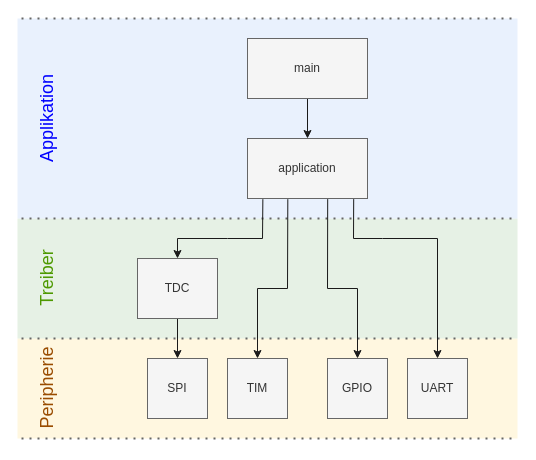
The draw.io diagram docs/documentation/diagrams/Aufbau_FW.drawio in MatiMcFly/DIY_ToF, before the edit. Source tidied: cells renumbered, new cells numbered last; positions are measured from the earlier drawing's top-left corner, leaving out a move shared by most shapes. Both pictures are drawn from the tidied source at 100%, with x=0, y=0 at pixel (-8, 18).
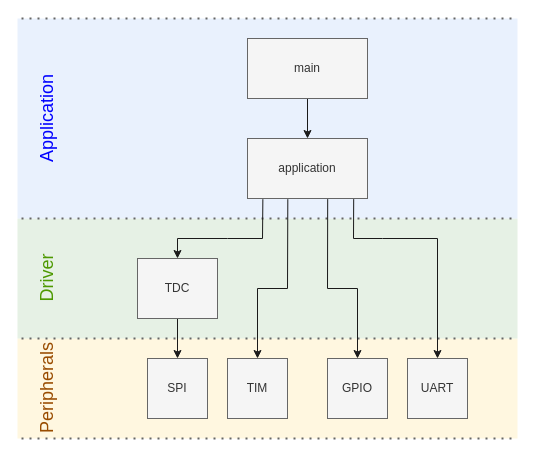
After the change.

Commit message (it also covers changes not shown here):
[docs] translated some diagrams to English

What changed in the source:
```diff
@@
-    <mxCell id="16" value="&lt;font style=&quot;color: rgb(0, 0, 255); font-size: 18px;&quot;&gt;Applikation&lt;/font&gt;" style="text;html=1;align=center;verticalAlign=middle;whiteSpace=wrap;rounded=0;rotation=-90;" parent="1" vertex="1">
+    <mxCell id="16" value="&lt;font style=&quot;color: rgb(0, 0, 255); font-size: 18px;&quot;&gt;Application&lt;/font&gt;" style="text;html=1;align=center;verticalAlign=middle;whiteSpace=wrap;rounded=0;rotation=-90;" parent="1" vertex="1">
       <mxGeometry x="25" y="85" width="60" height="30" as="geometry" />
     </mxCell>
-    <mxCell id="17" value="&lt;font style=&quot;color: rgb(77, 153, 0); font-size: 18px;&quot;&gt;Treiber&lt;/font&gt;" style="text;html=1;align=center;verticalAlign=middle;strokeColor=none;fillColor=none;rotation=-90;" parent="1" vertex="1">
-      <mxGeometry x="15" y="240" width="80" height="40" as="geometry" />
+    <mxCell id="17" value="&lt;font style=&quot;color: rgb(77, 153, 0); font-size: 18px;&quot;&gt;Driver&lt;/font&gt;" style="text;html=1;align=center;verticalAlign=middle;strokeColor=none;fillColor=none;rotation=-90;" parent="1" vertex="1">
+      <mxGeometry x="20" y="240" width="70" height="40" as="geometry" />
     </mxCell>
-    <mxCell id="18" value="&lt;font style=&quot;color: rgb(153, 76, 0); font-size: 18px;&quot;&gt;Peripherie&lt;/font&gt;" style="text;html=1;align=center;verticalAlign=middle;strokeColor=none;fillColor=none;rotation=-90;" parent="1" vertex="1">
+    <mxCell id="18" value="&lt;font style=&quot;color: rgb(153, 76, 0); font-size: 18px;&quot;&gt;Peripherals&lt;/font&gt;" style="text;html=1;align=center;verticalAlign=middle;strokeColor=none;fillColor=none;rotation=-90;" parent="1" vertex="1">
       <mxGeometry y="350" width="110" height="40" as="geometry" />
     </mxCell>
```
